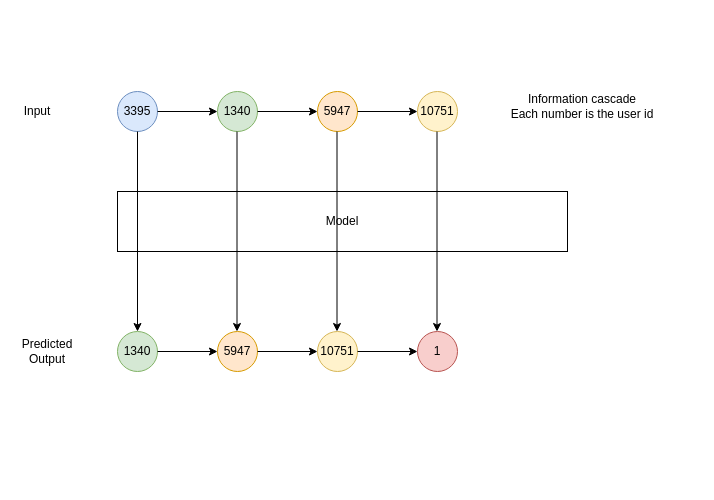
Before: Untitled Diagram.drawio in elmahyai/bhs, a draw.io diagram. Source tidied: cells renumbered, new cells numbered last; positions are measured from the earlier drawing's top-left corner, leaving out a move shared by most shapes. Both pictures are drawn from the tidied source at 100%, with x=0, y=0 at pixel (17, 91).
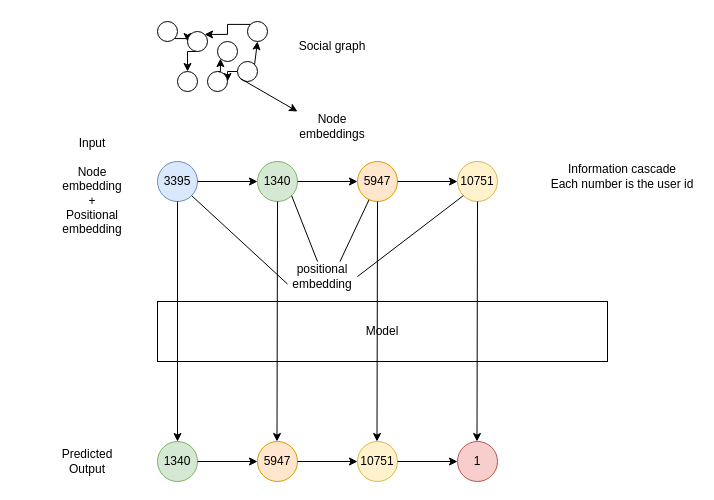
Above is the later version.

Diff of the diagram source:
```diff
@@
     <mxCell id="2" value="3395" style="ellipse;whiteSpace=wrap;html=1;fillColor=#dae8fc;strokeColor=#6c8ebf;" parent="1" vertex="1">
-      <mxGeometry x="100" width="40" height="40" as="geometry" />
+      <mxGeometry x="140" y="70" width="40" height="40" as="geometry" />
     </mxCell>
     <mxCell id="3" style="endArrow=classic;html=1;exitX=1;exitY=0.5;exitDx=0;exitDy=0;" parent="1" edge="1" source="2">
       <mxGeometry relative="1" as="geometry">
-        <mxPoint x="200" y="20" as="targetPoint" />
+        <mxPoint x="240" y="90" as="targetPoint" />
       </mxGeometry>
     </mxCell>
     <mxCell id="4" value="1340" style="ellipse;whiteSpace=wrap;html=1;fillColor=#d5e8d4;strokeColor=#82b366;" parent="1" vertex="1">
-      <mxGeometry x="200" width="40" height="40" as="geometry" />
+      <mxGeometry x="240" y="70" width="40" height="40" as="geometry" />
     </mxCell>
     <mxCell id="5" style="endArrow=classic;html=1;exitX=1;exitY=0.5;exitDx=0;exitDy=0;" parent="1" edge="1">
       <mxGeometry relative="1" as="geometry">
-        <mxPoint x="240" y="20" as="sourcePoint" />
-        <mxPoint x="300" y="20" as="targetPoint" />
+        <mxPoint x="280" y="90" as="sourcePoint" />
+        <mxPoint x="340" y="90" as="targetPoint" />
       </mxGeometry>
     </mxCell>
     <mxCell id="6" value="5947" style="ellipse;whiteSpace=wrap;html=1;fillColor=#ffe6cc;strokeColor=#d79b00;" parent="1" vertex="1">
-      <mxGeometry x="300" width="40" height="40" as="geometry" />
+      <mxGeometry x="340" y="70" width="40" height="40" as="geometry" />
     </mxCell>
     <mxCell id="7" style="endArrow=classic;html=1;exitX=1;exitY=0.5;exitDx=0;exitDy=0;" parent="1" edge="1">
       <mxGeometry relative="1" as="geometry">
-        <mxPoint x="340" y="20" as="sourcePoint" />
-        <mxPoint x="400" y="20" as="targetPoint" />
+        <mxPoint x="380" y="90" as="sourcePoint" />
+        <mxPoint x="440" y="90" as="targetPoint" />
       </mxGeometry>
     </mxCell>
     <mxCell id="8" value="10751" style="ellipse;whiteSpace=wrap;html=1;fillColor=#fff2cc;strokeColor=#d6b656;" parent="1" vertex="1">
-      <mxGeometry x="400" width="40" height="40" as="geometry" />
+      <mxGeometry x="440" y="70" width="40" height="40" as="geometry" />
     </mxCell>
     <mxCell id="9" value="&lt;div&gt;Information cascade &lt;br&gt;&lt;/div&gt;&lt;div&gt;Each number is the user id&lt;br&gt;&lt;/div&gt;" style="text;html=1;strokeColor=none;fillColor=none;align=center;verticalAlign=middle;whiteSpace=wrap;rounded=0;" parent="1" vertex="1">
-      <mxGeometry x="490" width="150" height="30" as="geometry" />
+      <mxGeometry x="530" y="70" width="150" height="30" as="geometry" />
     </mxCell>
     <mxCell id="10" value="1340" style="ellipse;whiteSpace=wrap;html=1;fillColor=#d5e8d4;strokeColor=#82b366;" parent="1" vertex="1">
-      <mxGeometry x="100" y="240" width="40" height="40" as="geometry" />
+      <mxGeometry x="140" y="350" width="40" height="40" as="geometry" />
     </mxCell>
     <mxCell id="11" style="endArrow=classic;html=1;exitX=1;exitY=0.5;exitDx=0;exitDy=0;" parent="1" edge="1" source="10">
       <mxGeometry relative="1" as="geometry">
-        <mxPoint x="200" y="260" as="targetPoint" />
+        <mxPoint x="240" y="370" as="targetPoint" />
       </mxGeometry>
     </mxCell>
     <mxCell id="12" value="5947" style="ellipse;whiteSpace=wrap;html=1;fillColor=#ffe6cc;strokeColor=#d79b00;" parent="1" vertex="1">
-      <mxGeometry x="200" y="240" width="40" height="40" as="geometry" />
+      <mxGeometry x="240" y="350" width="40" height="40" as="geometry" />
     </mxCell>
     <mxCell id="13" style="endArrow=classic;html=1;exitX=1;exitY=0.5;exitDx=0;exitDy=0;" parent="1" edge="1">
       <mxGeometry relative="1" as="geometry">
-        <mxPoint x="240" y="260" as="sourcePoint" />
-        <mxPoint x="300" y="260" as="targetPoint" />
+        <mxPoint x="280" y="370" as="sourcePoint" />
+        <mxPoint x="340" y="370" as="targetPoint" />
       </mxGeometry>
     </mxCell>
     <mxCell id="14" value="10751" style="ellipse;whiteSpace=wrap;html=1;fillColor=#fff2cc;strokeColor=#d6b656;" parent="1" vertex="1">
-      <mxGeometry x="300" y="240" width="40" height="40" as="geometry" />
+      <mxGeometry x="340" y="350" width="40" height="40" as="geometry" />
     </mxCell>
     <mxCell id="15" style="endArrow=classic;html=1;exitX=1;exitY=0.5;exitDx=0;exitDy=0;" parent="1" edge="1">
       <mxGeometry relative="1" as="geometry">
-        <mxPoint x="340" y="260" as="sourcePoint" />
-        <mxPoint x="400" y="260" as="targetPoint" />
+        <mxPoint x="380" y="370" as="sourcePoint" />
+        <mxPoint x="440" y="370" as="targetPoint" />
       </mxGeometry>
     </mxCell>
     <mxCell id="16" value="1" style="ellipse;whiteSpace=wrap;html=1;fillColor=#f8cecc;strokeColor=#b85450;" parent="1" vertex="1">
-      <mxGeometry x="400" y="240" width="40" height="40" as="geometry" />
+      <mxGeometry x="440" y="350" width="40" height="40" as="geometry" />
     </mxCell>
-    <mxCell id="17" value="Input" style="text;html=1;strokeColor=none;fillColor=none;align=center;verticalAlign=middle;whiteSpace=wrap;rounded=0;" parent="1" vertex="1">
-      <mxGeometry y="10" width="40" height="20" as="geometry" />
+    <mxCell id="17" value="&lt;div&gt;Input&lt;/div&gt;&lt;div&gt;&lt;br&gt;&lt;/div&gt;&lt;div&gt;Node embedding +&lt;/div&gt;&lt;div&gt;Positional embedding&lt;br&gt;&lt;/div&gt;" style="text;html=1;strokeColor=none;fillColor=none;align=center;verticalAlign=middle;whiteSpace=wrap;rounded=0;" parent="1" vertex="1">
+      <mxGeometry x="40" y="70" width="70" height="50" as="geometry" />
     </mxCell>
     <mxCell id="18" value="Predicted Output" style="text;html=1;strokeColor=none;fillColor=none;align=center;verticalAlign=middle;whiteSpace=wrap;rounded=0;" parent="1" vertex="1">
-      <mxGeometry y="250" width="60" height="20" as="geometry" />
+      <mxGeometry x="40" y="360" width="60" height="20" as="geometry" />
     </mxCell>
     <mxCell id="19" value="Model" style="rounded=0;whiteSpace=wrap;html=1;" parent="1" vertex="1">
-      <mxGeometry x="100" y="100" width="450" height="60" as="geometry" />
+      <mxGeometry x="140" y="210" width="450" height="60" as="geometry" />
     </mxCell>
@@
-    <mxCell id="21" style="endArrow=classic;html=1;exitX=0.5;exitY=1;exitDx=0;exitDy=0;entryX=0.5;entryY=0;entryDx=0;entryDy=0;" parent="1" edge="1">
+    <mxCell id="21" style="endArrow=classic;html=1;exitX=0.5;exitY=1;exitDx=0;exitDy=0;entryX=0.5;entryY=0;entryDx=0;entryDy=0;" parent="1" edge="1" source="4">
       <mxGeometry relative="1" as="geometry">
-        <mxPoint x="219.5" y="40" as="sourcePoint" />
-        <mxPoint x="219.5" y="240" as="targetPoint" />
+        <mxPoint x="259.5" y="350" as="targetPoint" />
       </mxGeometry>
     </mxCell>
-    <mxCell id="22" style="endArrow=classic;html=1;exitX=0.5;exitY=1;exitDx=0;exitDy=0;entryX=0.5;entryY=0;entryDx=0;entryDy=0;" parent="1" edge="1">
+    <mxCell id="22" style="endArrow=classic;html=1;exitX=0.5;exitY=1;exitDx=0;exitDy=0;entryX=0.5;entryY=0;entryDx=0;entryDy=0;" parent="1" edge="1" source="6">
       <mxGeometry relative="1" as="geometry">
-        <mxPoint x="319.5" y="40" as="sourcePoint" />
-        <mxPoint x="319.5" y="240" as="targetPoint" />
+        <mxPoint x="359.5" y="350" as="targetPoint" />
       </mxGeometry>
     </mxCell>
-    <mxCell id="23" style="endArrow=classic;html=1;exitX=0.5;exitY=1;exitDx=0;exitDy=0;entryX=0.5;entryY=0;entryDx=0;entryDy=0;" parent="1" edge="1">
+    <mxCell id="23" style="endArrow=classic;html=1;entryX=0.5;entryY=0;entryDx=0;entryDy=0;" parent="1" edge="1" source="8">
       <mxGeometry relative="1" as="geometry">
-        <mxPoint x="419.5" y="40" as="sourcePoint" />
-        <mxPoint x="419.5" y="240" as="targetPoint" />
+        <mxPoint x="459.5" y="350" as="targetPoint" />
       </mxGeometry>
     </mxCell>
+    <mxCell id="24" value="positional embedding" style="text;html=1;strokeColor=none;fillColor=none;align=center;verticalAlign=middle;whiteSpace=wrap;rounded=0;" parent="1" vertex="1">
+      <mxGeometry x="270" y="170" width="70" height="30" as="geometry" />
+    </mxCell>
+    <mxCell id="25" style="endArrow=none;html=1;entryX=0;entryY=1;entryDx=0;entryDy=0;exitX=1;exitY=0.5;exitDx=0;exitDy=0;" parent="1" edge="1" source="24" target="8">
+      <mxGeometry relative="1" as="geometry" />
+    </mxCell>
+    <mxCell id="26" style="endArrow=none;html=1;exitX=0.75;exitY=0;exitDx=0;exitDy=0;" parent="1" edge="1" source="24" target="6">
+      <mxGeometry relative="1" as="geometry" />
+    </mxCell>
+    <mxCell id="27" style="endArrow=none;html=1;entryX=1;entryY=1;entryDx=0;entryDy=0;" parent="1" edge="1" target="4">
+      <mxGeometry relative="1" as="geometry">
+        <mxPoint x="300" y="170" as="sourcePoint" />
+      </mxGeometry>
+    </mxCell>
+    <mxCell id="28" style="endArrow=none;html=1;entryX=1;entryY=1;entryDx=0;entryDy=0;exitX=0;exitY=0.75;exitDx=0;exitDy=0;" parent="1" edge="1" source="24" target="2">
+      <mxGeometry relative="1" as="geometry" />
+    </mxCell>
+    <mxCell id="29" style="edgeStyle=orthogonalEdgeStyle;rounded=0;jettySize=auto;html=1;exitX=1;exitY=1;exitDx=0;exitDy=0;entryX=0;entryY=0.5;entryDx=0;entryDy=0;" parent="1" edge="1" source="30" target="40">
+      <mxGeometry relative="1" as="geometry" />
+    </mxCell>
+    <mxCell id="30" style="ellipse;whiteSpace=wrap;html=1;" parent="1" vertex="1">
+      <mxGeometry x="140" y="-70" width="20" height="20" as="geometry" />
+    </mxCell>
+    <mxCell id="31" style="edgeStyle=orthogonalEdgeStyle;rounded=0;jettySize=auto;html=1;exitX=0;exitY=0;exitDx=0;exitDy=0;entryX=1;entryY=0;entryDx=0;entryDy=0;" parent="1" edge="1" source="32" target="40">
+      <mxGeometry relative="1" as="geometry" />
+    </mxCell>
+    <mxCell id="32" style="ellipse;whiteSpace=wrap;html=1;" parent="1" vertex="1">
+      <mxGeometry x="230" y="-70" width="20" height="20" as="geometry" />
+    </mxCell>
+    <mxCell id="33" style="ellipse;whiteSpace=wrap;html=1;" parent="1" vertex="1">
+      <mxGeometry x="160" y="-20" width="20" height="20" as="geometry" />
+    </mxCell>
+    <mxCell id="34" style="ellipse;whiteSpace=wrap;html=1;" parent="1" vertex="1">
+      <mxGeometry x="200" y="-50" width="20" height="20" as="geometry" />
+    </mxCell>
+    <mxCell id="35" style="edgeStyle=orthogonalEdgeStyle;rounded=0;jettySize=auto;html=1;exitX=0;exitY=0.5;exitDx=0;exitDy=0;entryX=1;entryY=0.5;entryDx=0;entryDy=0;" parent="1" edge="1" source="36" target="38">
+      <mxGeometry relative="1" as="geometry" />
+    </mxCell>
+    <mxCell id="36" style="ellipse;whiteSpace=wrap;html=1;" parent="1" vertex="1">
+      <mxGeometry x="220" y="-30" width="20" height="20" as="geometry" />
+    </mxCell>
+    <mxCell id="37" style="edgeStyle=orthogonalEdgeStyle;rounded=0;jettySize=auto;html=1;exitX=0.5;exitY=0;exitDx=0;exitDy=0;entryX=0;entryY=1;entryDx=0;entryDy=0;" parent="1" edge="1" source="38" target="34">
+      <mxGeometry relative="1" as="geometry" />
+    </mxCell>
+    <mxCell id="38" style="ellipse;whiteSpace=wrap;html=1;" parent="1" vertex="1">
+      <mxGeometry x="190" y="-20" width="20" height="20" as="geometry" />
+    </mxCell>
+    <mxCell id="39" style="edgeStyle=orthogonalEdgeStyle;rounded=0;jettySize=auto;html=1;exitX=0.5;exitY=1;exitDx=0;exitDy=0;entryX=0.5;entryY=0;entryDx=0;entryDy=0;" parent="1" edge="1" source="40" target="33">
+      <mxGeometry relative="1" as="geometry" />
+    </mxCell>
+    <mxCell id="40" style="ellipse;whiteSpace=wrap;html=1;" parent="1" vertex="1">
+      <mxGeometry x="170" y="-60" width="20" height="20" as="geometry" />
+    </mxCell>
+    <mxCell id="41" style="endArrow=classic;html=1;entryX=0.5;entryY=1;entryDx=0;entryDy=0;exitX=1;exitY=0;exitDx=0;exitDy=0;" parent="1" edge="1" source="36" target="32">
+      <mxGeometry relative="1" as="geometry" />
+    </mxCell>
+    <mxCell id="42" value="Social graph" style="text;html=1;strokeColor=none;fillColor=none;align=center;verticalAlign=middle;whiteSpace=wrap;rounded=0;" parent="1" vertex="1">
+      <mxGeometry x="260" y="-60" width="110" height="30" as="geometry" />
+    </mxCell>
+    <mxCell id="43" style="endArrow=classic;html=1;exitX=0;exitY=1;exitDx=0;exitDy=0;" parent="1" edge="1" source="36">
+      <mxGeometry relative="1" as="geometry">
+        <mxPoint x="280" y="20" as="targetPoint" />
+      </mxGeometry>
+    </mxCell>
+    <mxCell id="44" value="Node embeddings" style="text;html=1;strokeColor=none;fillColor=none;align=center;verticalAlign=middle;whiteSpace=wrap;rounded=0;" parent="1" vertex="1">
+      <mxGeometry x="270" y="20" width="90" height="30" as="geometry" />
+    </mxCell>
```
